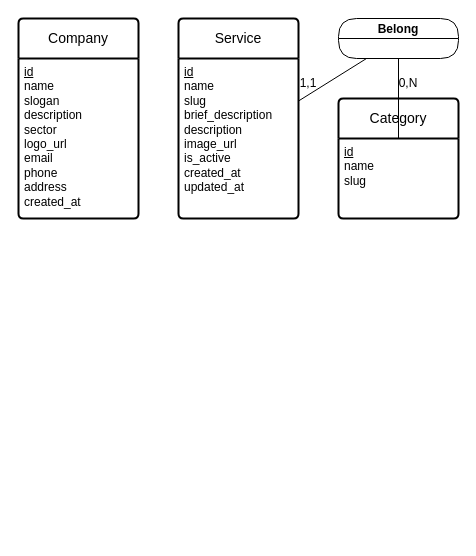
Before: docs/database/conception/mcd/mcd.drawio in Ghislain-KIMA/site-web-beobenere, a draw.io diagram. Source tidied: cells renumbered, new cells numbered last; positions are measured from the earlier drawing's top-left corner, leaving out a move shared by most shapes. Both pictures are drawn from the tidied source at 100%, with x=0, y=0 at pixel (18, 18).
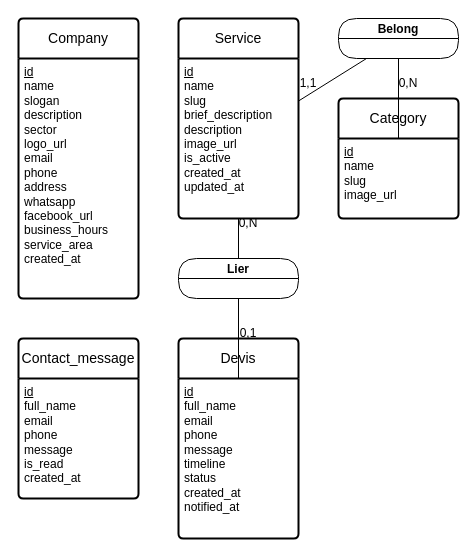
After the change.

Commit message (it also covers changes not shown here):
Documente les notifications de devis

Unchanged cells that the change refers to:
```xml
<mxCell id="5" value="&lt;div&gt;&lt;u&gt;id&lt;/u&gt;&lt;/div&gt;&lt;div&gt;name&lt;/div&gt;&lt;div&gt;slug&lt;/div&gt;&lt;div&gt;brief_description&lt;/div&gt;&lt;div&gt;&lt;span style=&quot;background-color: transparent; color: light-dark(rgb(0, 0, 0), rgb(255, 255, 255));&quot;&gt;description&lt;/span&gt;&lt;/div&gt;&lt;div&gt;image_url&lt;/div&gt;&lt;div&gt;is_active&lt;/div&gt;&lt;div&gt;created_at&lt;/div&gt;&lt;div&gt;updated_at&lt;/div&gt;" style="align=left;strokeColor=none;fillColor=none;spacingLeft=4;spacingRight=4;fontSize=12;verticalAlign=top;html=1;whiteSpace=wrap;swimlaneFillColor=default;" parent="4" vertex="1">
  <mxGeometry y="40" width="120" height="160" as="geometry" />
</mxCell>
<mxCell id="6" value="Category" style="swimlane;horizontal=1;startSize=40;rounded=1;fontSize=14;fontStyle=0;strokeWidth=2;shadow=0;dashed=0;align=center;arcSize=4;whiteSpace=wrap;html=1;swimlaneFillColor=default;" parent="1" vertex="1">
  <mxGeometry x="320" y="80" width="120" height="120" as="geometry" />
</mxCell>
```

What changed in the source:
```diff
@@
     <mxCell id="2" value="Company" style="swimlane;horizontal=1;startSize=40;rounded=1;fontSize=14;fontStyle=0;strokeWidth=2;shadow=0;dashed=0;align=center;arcSize=4;whiteSpace=wrap;html=1;swimlaneFillColor=default;" parent="1" vertex="1">
-      <mxGeometry width="120" height="200" as="geometry" />
+      <mxGeometry width="120" height="280" as="geometry" />
     </mxCell>
-    <mxCell id="3" value="&lt;div&gt;&lt;u&gt;id&lt;/u&gt;&lt;/div&gt;name&lt;div&gt;slogan&lt;/div&gt;&lt;div&gt;description&lt;/div&gt;&lt;div&gt;sector&lt;/div&gt;&lt;div&gt;logo_url&lt;/div&gt;&lt;div&gt;email&lt;/div&gt;&lt;div&gt;phone&lt;/div&gt;&lt;div&gt;address&lt;/div&gt;&lt;div&gt;created_at&lt;/div&gt;" style="align=left;strokeColor=none;fillColor=none;spacingLeft=4;spacingRight=4;fontSize=12;verticalAlign=top;html=1;whiteSpace=wrap;swimlaneFillColor=default;" parent="2" vertex="1">
-      <mxGeometry y="40" width="120" height="160" as="geometry" />
+    <mxCell id="3" value="&lt;div&gt;&lt;u&gt;id&lt;/u&gt;&lt;/div&gt;name&lt;div&gt;slogan&lt;/div&gt;&lt;div&gt;description&lt;/div&gt;&lt;div&gt;sector&lt;/div&gt;&lt;div&gt;logo_url&lt;/div&gt;&lt;div&gt;email&lt;/div&gt;&lt;div&gt;phone&lt;/div&gt;&lt;div&gt;address&lt;/div&gt;&lt;div&gt;whatsapp&lt;/div&gt;&lt;div&gt;facebook_url&lt;/div&gt;&lt;div&gt;business_hours&lt;/div&gt;&lt;div&gt;service_area&lt;/div&gt;&lt;div&gt;created_at&lt;/div&gt;" style="align=left;strokeColor=none;fillColor=none;spacingLeft=4;spacingRight=4;fontSize=12;verticalAlign=top;html=1;whiteSpace=wrap;swimlaneFillColor=default;" parent="2" vertex="1">
+      <mxGeometry y="40" width="120" height="240" as="geometry" />
     </mxCell>
@@
-    <mxCell id="7" value="&lt;div&gt;&lt;u&gt;id&lt;/u&gt;&lt;/div&gt;&lt;div&gt;name&lt;/div&gt;&lt;div&gt;slug&lt;/div&gt;" style="align=left;strokeColor=none;fillColor=none;spacingLeft=4;spacingRight=4;fontSize=12;verticalAlign=top;html=1;whiteSpace=wrap;swimlaneFillColor=default;" parent="6" vertex="1">
+    <mxCell id="7" value="&lt;div&gt;&lt;u&gt;id&lt;/u&gt;&lt;/div&gt;&lt;div&gt;name&lt;/div&gt;&lt;div&gt;slug&lt;/div&gt;&lt;div&gt;image_url&lt;/div&gt;" style="align=left;strokeColor=none;fillColor=none;spacingLeft=4;spacingRight=4;fontSize=12;verticalAlign=top;html=1;whiteSpace=wrap;swimlaneFillColor=default;" parent="6" vertex="1">
       <mxGeometry y="40" width="120" height="80" as="geometry" />
     </mxCell>
@@
+    <mxCell id="13" value="Devis" style="swimlane;horizontal=1;startSize=40;rounded=1;fontSize=14;fontStyle=0;strokeWidth=2;shadow=0;dashed=0;align=center;arcSize=4;whiteSpace=wrap;html=1;swimlaneFillColor=default;" parent="1" vertex="1">
+      <mxGeometry x="160" y="320" width="120" height="200" as="geometry" />
+    </mxCell>
+    <mxCell id="14" value="&lt;div&gt;&lt;u&gt;id&lt;/u&gt;&lt;/div&gt;&lt;div&gt;full_name&lt;/div&gt;&lt;div&gt;email&lt;/div&gt;&lt;div&gt;phone&lt;/div&gt;&lt;div&gt;&lt;span style=&quot;background-color: transparent; color: light-dark(rgb(0, 0, 0), rgb(255, 255, 255));&quot;&gt;message&lt;/span&gt;&lt;/div&gt;&lt;div&gt;timeline&lt;/div&gt;&lt;div&gt;status&lt;/div&gt;&lt;div&gt;created_at&lt;/div&gt;&lt;div&gt;notified_at&lt;/div&gt;" style="align=left;strokeColor=none;fillColor=none;spacingLeft=4;spacingRight=4;fontSize=12;verticalAlign=top;html=1;whiteSpace=wrap;swimlaneFillColor=default;" parent="13" vertex="1">
+      <mxGeometry y="40" width="120" height="160" as="geometry" />
+    </mxCell>
+    <mxCell id="15" value="Contact_message" style="swimlane;horizontal=1;startSize=40;rounded=1;fontSize=14;fontStyle=0;strokeWidth=2;shadow=0;dashed=0;align=center;arcSize=4;whiteSpace=wrap;html=1;swimlaneFillColor=default;" parent="1" vertex="1">
+      <mxGeometry y="320" width="120" height="160" as="geometry" />
+    </mxCell>
+    <mxCell id="16" value="&lt;div&gt;&lt;u&gt;id&lt;/u&gt;&lt;/div&gt;&lt;div&gt;full_name&lt;/div&gt;&lt;div&gt;email&lt;/div&gt;&lt;div&gt;phone&lt;/div&gt;&lt;div&gt;message&lt;/div&gt;&lt;div&gt;is_read&lt;/div&gt;&lt;div&gt;created_at&lt;/div&gt;" style="align=left;strokeColor=none;fillColor=none;spacingLeft=4;spacingRight=4;fontSize=12;verticalAlign=top;html=1;whiteSpace=wrap;swimlaneFillColor=default;" parent="15" vertex="1">
+      <mxGeometry y="40" width="120" height="120" as="geometry" />
+    </mxCell>
+    <mxCell id="17" style="rounded=0;jettySize=auto;html=1;fontFamily=Helvetica;fontSize=12;fontColor=light-dark(#FFFFFF,#FFFFFF);endArrow=none;endFill=0;" parent="1" edge="1" source="19" target="5">
+      <mxGeometry relative="1" as="geometry" />
+    </mxCell>
+    <mxCell id="18" style="rounded=0;jettySize=auto;html=1;fontFamily=Helvetica;fontSize=12;fontColor=light-dark(#FFFFFF,#FFFFFF);endArrow=none;endFill=0;" parent="1" edge="1" source="19" target="14">
+      <mxGeometry relative="1" as="geometry" />
+    </mxCell>
+    <mxCell id="19" value="Lier" style="swimlane;fontStyle=1;align=center;verticalAlign=middle;horizontal=1;startSize=20;fontColor=#000000;rounded=1;arcSize=30;strokeColor=default;fillColor=default;swimlaneFillColor=default;" parent="1" vertex="1">
+      <mxGeometry x="160" y="240" width="120" height="40" as="geometry" />
+    </mxCell>
+    <mxCell id="20" value="0,1" style="text;html=1;whiteSpace=wrap;strokeColor=none;fillColor=none;align=center;verticalAlign=middle;rounded=0;" parent="1" vertex="1">
+      <mxGeometry x="220" y="310" width="20" height="10" as="geometry" />
+    </mxCell>
+    <mxCell id="21" value="0,N" style="text;html=1;whiteSpace=wrap;strokeColor=none;fillColor=none;align=center;verticalAlign=middle;rounded=0;" parent="1" vertex="1">
+      <mxGeometry x="220" y="200" width="20" height="10" as="geometry" />
+    </mxCell>
```
